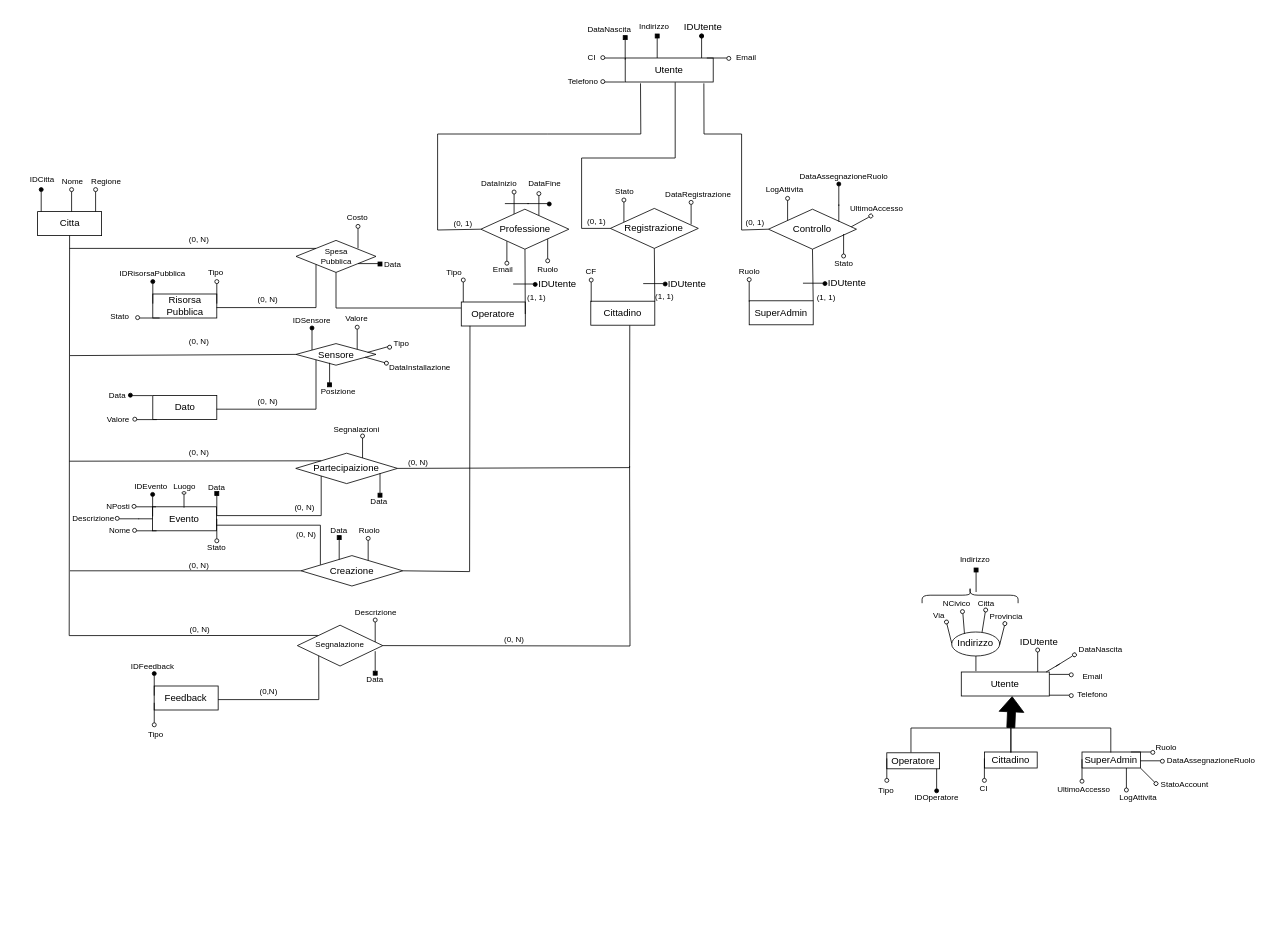
This is schema_concettuale.drawio from mattebest045/UrbanBrain, a draw.io file, before an edit. Source tidied: cells renumbered, new cells numbered last; positions are measured from the earlier drawing's top-left corner, leaving out a move shared by most shapes. Both pictures are drawn from the tidied source at 80%, with x=0, y=0 at pixel (14, 14).
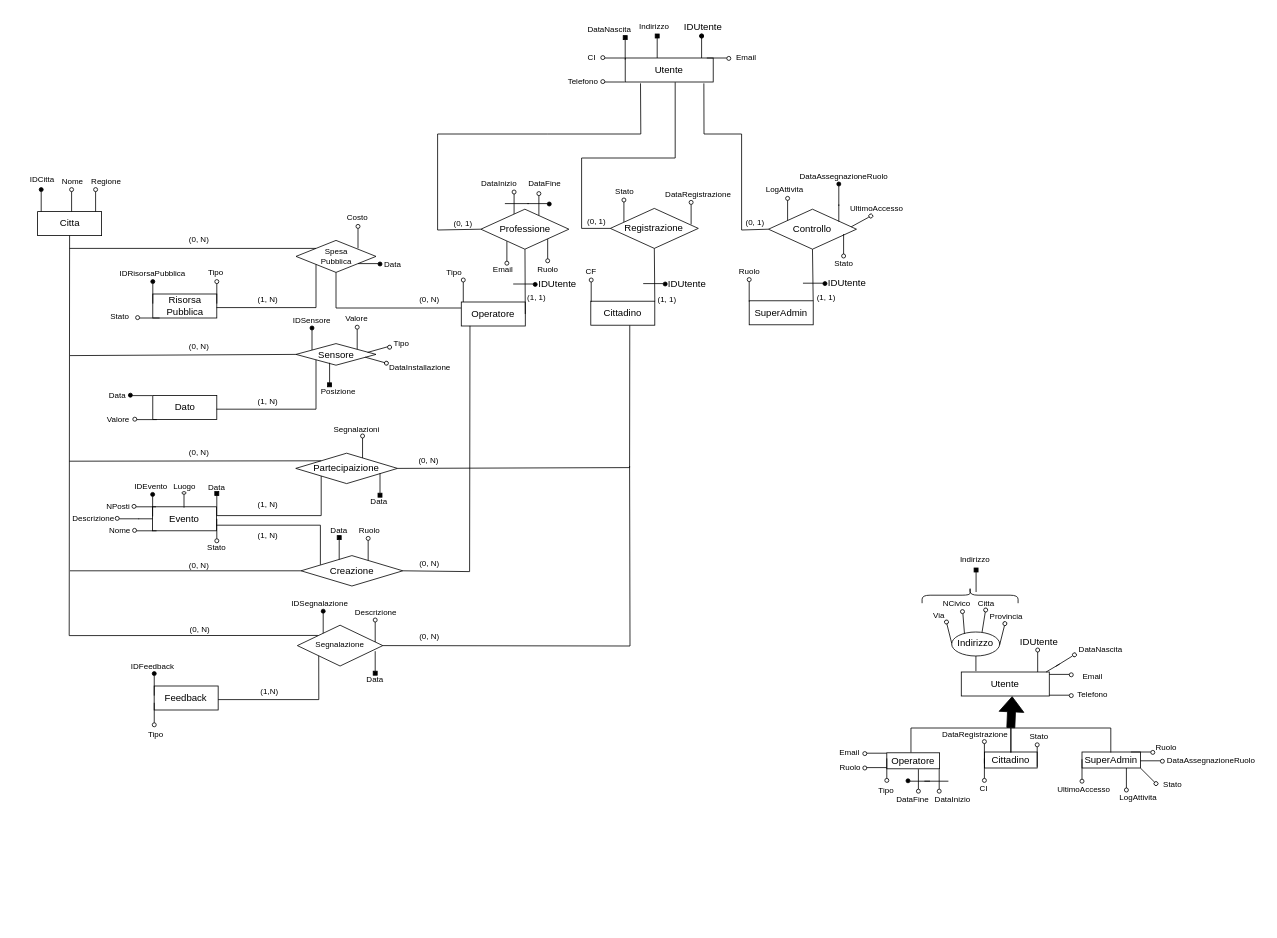
The same page after the edit.

Change to the diagram source:
```diff
@@
-    <mxCell id="72" value="StatoAccount" style="text;html=1;align=center;verticalAlign=middle;strokeColor=none;fillColor=none;fontFamily=Helvetica;fontSize=10;fontColor=default;" parent="1" vertex="1">
-      <mxGeometry x="1423" y="947.5" width="80" height="30" as="geometry" />
+    <mxCell id="72" value="Stato" style="text;html=1;align=center;verticalAlign=middle;strokeColor=none;fillColor=none;fontFamily=Helvetica;fontSize=10;fontColor=default;" parent="1" vertex="1">
+      <mxGeometry x="1423" y="947.5" width="50" height="30" as="geometry" />
     </mxCell>
@@
-    <mxCell id="100" value="(0, N)" style="text;html=1;align=center;verticalAlign=middle;strokeColor=none;fillColor=none;fontFamily=Helvetica;fontSize=10;fontColor=default;" parent="1" vertex="1">
+    <mxCell id="100" value="(1, N)" style="text;html=1;align=center;verticalAlign=middle;strokeColor=none;fillColor=none;fontFamily=Helvetica;fontSize=10;fontColor=default;" parent="1" vertex="1">
       <mxGeometry x="291.5" y="342" width="50" height="30" as="geometry" />
     </mxCell>
@@
     <mxCell id="110" value="(0, N)" style="text;html=1;align=center;verticalAlign=middle;strokeColor=none;fillColor=none;fontFamily=Helvetica;fontSize=10;fontColor=default;" parent="1" vertex="1">
-      <mxGeometry x="206" y="394" width="50" height="30" as="geometry" />
+      <mxGeometry x="206" y="400" width="50" height="30" as="geometry" />
     </mxCell>
-    <mxCell id="111" value="(0, N)" style="text;html=1;align=center;verticalAlign=middle;strokeColor=none;fillColor=none;fontFamily=Helvetica;fontSize=10;fontColor=default;" parent="1" vertex="1">
+    <mxCell id="111" value="(1, N)" style="text;html=1;align=center;verticalAlign=middle;strokeColor=none;fillColor=none;fontFamily=Helvetica;fontSize=10;fontColor=default;" parent="1" vertex="1">
       <mxGeometry x="291.5" y="469" width="50" height="30" as="geometry" />
     </mxCell>
@@
-    <mxCell id="131" value="(0, N)" style="text;html=1;align=center;verticalAlign=middle;strokeColor=none;fillColor=none;fontFamily=Helvetica;fontSize=10;fontColor=default;" parent="1" vertex="1">
-      <mxGeometry x="338" y="601" width="50" height="30" as="geometry" />
+    <mxCell id="131" value="(1, N)" style="text;html=1;align=center;verticalAlign=middle;strokeColor=none;fillColor=none;fontFamily=Helvetica;fontSize=10;fontColor=default;" parent="1" vertex="1">
+      <mxGeometry x="291.5" y="598" width="50" height="30" as="geometry" />
     </mxCell>
@@
     <mxCell id="156" value="(0, N)" style="text;html=1;align=center;verticalAlign=middle;strokeColor=none;fillColor=none;fontFamily=Helvetica;fontSize=10;fontColor=default;" parent="1" vertex="1">
-      <mxGeometry x="479.5" y="545" width="50" height="30" as="geometry" />
+      <mxGeometry x="493" y="543" width="50" height="30" as="geometry" />
     </mxCell>
@@
-    <mxCell id="164" value="(0,N)" style="text;html=1;align=center;verticalAlign=middle;strokeColor=none;fillColor=none;fontFamily=Helvetica;fontSize=10;fontColor=default;" parent="1" vertex="1">
-      <mxGeometry x="293.2" y="832" width="50" height="30" as="geometry" />
+    <mxCell id="164" value="(1,N)" style="text;html=1;align=center;verticalAlign=middle;strokeColor=none;fillColor=none;fontFamily=Helvetica;fontSize=10;fontColor=default;" parent="1" vertex="1">
+      <mxGeometry x="293.6" y="831" width="50" height="30" as="geometry" />
     </mxCell>
@@
     <mxCell id="170" value="(0, N)" style="text;html=1;align=center;verticalAlign=middle;strokeColor=none;fillColor=none;fontFamily=Helvetica;fontSize=10;fontColor=default;" parent="1" vertex="1">
-      <mxGeometry x="600" y="767" width="50" height="30" as="geometry" />
+      <mxGeometry x="494" y="762.5" width="50" height="30" as="geometry" />
     </mxCell>
@@
-    <mxCell id="203" style="group;align=center;verticalAlign=top;fontFamily=Helvetica;fontSize=12;fontColor=default;fillColor=none;gradientColor=none;" parent="1" vertex="1">
-      <mxGeometry x="1150.8" y="943.5" width="5" height="30" as="geometry" />
-    </mxCell>
-    <mxCell id="204" style="endArrow=none;html=1;rounded=0;fontFamily=Helvetica;fontSize=12;fontColor=default;entryX=0;entryY=0;entryDx=0;entryDy=0;" parent="203" edge="1">
-      <mxGeometry relative="1" as="geometry">
-        <mxPoint x="2.5" as="sourcePoint" />
-        <mxPoint x="2.5" y="25" as="targetPoint" />
-      </mxGeometry>
-    </mxCell>
-    <mxCell id="205" style="ellipse;whiteSpace=wrap;html=1;align=center;verticalAlign=top;fontFamily=Helvetica;fontSize=12;fillColor=#000000;strokeColor=#000000;fontColor=default;" parent="203" vertex="1">
-      <mxGeometry y="25" width="5" height="5" as="geometry" />
-    </mxCell>
-    <mxCell id="206" value="IDOperatore" style="text;html=1;align=center;verticalAlign=middle;strokeColor=none;fillColor=none;fontFamily=Helvetica;fontSize=10;fontColor=default;" parent="1" vertex="1">
-      <mxGeometry x="1113.2" y="963.5" width="80" height="30" as="geometry" />
-    </mxCell>
@@
     <mxCell id="242" value="(1, 1)" style="text;html=1;align=center;verticalAlign=middle;strokeColor=none;fillColor=none;fontFamily=Helvetica;fontSize=10;fontColor=default;" parent="1" vertex="1">
-      <mxGeometry x="787.9" y="338" width="50" height="30" as="geometry" />
+      <mxGeometry x="790.9" y="341" width="50" height="30" as="geometry" />
     </mxCell>
@@
-    <mxCell id="312" style="group;rotation=90;" parent="1" vertex="1">
-      <mxGeometry x="442" y="297" width="5" height="30" as="geometry" />
-    </mxCell>
-    <mxCell id="313" style="endArrow=none;html=1;rounded=0;fontFamily=Helvetica;fontSize=12;fontColor=default;entryX=0;entryY=0;entryDx=0;entryDy=0;" parent="312" edge="1">
-      <mxGeometry relative="1" as="geometry">
-        <mxPoint x="-12" y="15" as="sourcePoint" />
-        <mxPoint x="13" y="15" as="targetPoint" />
-      </mxGeometry>
-    </mxCell>
-    <mxCell id="314" style="whiteSpace=wrap;html=1;align=center;verticalAlign=top;fontFamily=Helvetica;fontSize=12;fillColor=#000000;strokeColor=#000000;fillStyle=auto;rotation=90;" parent="312" vertex="1">
-      <mxGeometry x="13" y="13" width="5" height="5" as="geometry" />
-    </mxCell>
@@
-    <mxCell id="324" value="(0, N)" style="text;html=1;align=center;verticalAlign=middle;strokeColor=none;fillColor=none;fontFamily=Helvetica;fontSize=10;fontColor=default;" parent="1" vertex="1">
-      <mxGeometry x="340" y="634.5" width="50" height="30" as="geometry" />
+    <mxCell id="324" value="(1, N)" style="text;html=1;align=center;verticalAlign=middle;strokeColor=none;fillColor=none;fontFamily=Helvetica;fontSize=10;fontColor=default;" parent="1" vertex="1">
+      <mxGeometry x="291.5" y="636.5" width="50" height="30" as="geometry" />
     </mxCell>
@@
+    <mxCell id="352" value="(0, N)" style="text;html=1;align=center;verticalAlign=middle;strokeColor=none;fillColor=none;fontFamily=Helvetica;fontSize=10;fontColor=default;" parent="1" vertex="1">
+      <mxGeometry x="494" y="670.5" width="50" height="30" as="geometry" />
+    </mxCell>
+    <mxCell id="353" value="(0, N)" style="text;html=1;align=center;verticalAlign=middle;strokeColor=none;fillColor=none;fontFamily=Helvetica;fontSize=10;fontColor=default;" parent="1" vertex="1">
+      <mxGeometry x="494" y="342" width="50" height="30" as="geometry" />
+    </mxCell>
+    <mxCell id="354" style="group;rotation=-90;" parent="1" vertex="1">
+      <mxGeometry x="442" y="297" width="5" height="30" as="geometry" />
+    </mxCell>
+    <mxCell id="355" style="endArrow=none;html=1;rounded=0;fontFamily=Helvetica;fontSize=12;fontColor=default;entryX=0;entryY=0;entryDx=0;entryDy=0;" parent="354" edge="1">
+      <mxGeometry relative="1" as="geometry">
+        <mxPoint x="-12" y="15" as="sourcePoint" />
+        <mxPoint x="13" y="15" as="targetPoint" />
+      </mxGeometry>
+    </mxCell>
+    <mxCell id="356" style="ellipse;whiteSpace=wrap;html=1;align=center;verticalAlign=top;fontFamily=Helvetica;fontSize=12;fillColor=#000000;strokeColor=#000000;rotation=-90;" parent="354" vertex="1">
+      <mxGeometry x="13" y="13" width="5" height="5" as="geometry" />
+    </mxCell>
+    <mxCell id="357" style="group;" parent="1" vertex="1">
+      <mxGeometry x="384" y="744" width="5" height="30" as="geometry" />
+    </mxCell>
+    <mxCell id="358" style="endArrow=none;html=1;rounded=0;fontFamily=Helvetica;fontSize=12;fontColor=default;entryX=0;entryY=0;entryDx=0;entryDy=0;" parent="357" edge="1">
+      <mxGeometry relative="1" as="geometry">
+        <mxPoint x="2.5" y="30" as="sourcePoint" />
+        <mxPoint x="2.5" y="5" as="targetPoint" />
+      </mxGeometry>
+    </mxCell>
+    <mxCell id="359" style="ellipse;whiteSpace=wrap;html=1;align=center;verticalAlign=top;fontFamily=Helvetica;fontSize=12;fillColor=#000000;strokeColor=#000000;fontColor=default;rotation=-180;" parent="357" vertex="1">
+      <mxGeometry width="5" height="5" as="geometry" />
+    </mxCell>
+    <mxCell id="360" value="IDSegnalazione" style="text;html=1;align=center;verticalAlign=middle;strokeColor=none;fillColor=none;fontFamily=Helvetica;fontSize=10;fontColor=default;" parent="1" vertex="1">
+      <mxGeometry x="336.6" y="721.5" width="90" height="30" as="geometry" />
+    </mxCell>
+    <mxCell id="361" value="Ruolo" style="text;html=1;align=center;verticalAlign=middle;strokeColor=none;fillColor=none;fontFamily=Helvetica;fontSize=10;fontColor=default;" parent="1" vertex="1">
+      <mxGeometry x="1020" y="927" width="50" height="30" as="geometry" />
+    </mxCell>
+    <mxCell id="362" value="Email" style="text;html=1;align=center;verticalAlign=middle;strokeColor=none;fillColor=none;fontFamily=Helvetica;fontSize=10;fontColor=default;" parent="1" vertex="1">
+      <mxGeometry x="1019" y="907.5" width="50" height="30" as="geometry" />
+    </mxCell>
+    <mxCell id="363" style="endArrow=none;html=1;rounded=0;fontFamily=Helvetica;fontSize=12;fontColor=default;" parent="1" edge="1">
+      <mxGeometry relative="1" as="geometry">
+        <mxPoint x="1168" y="959" as="sourcePoint" />
+        <mxPoint x="1138" y="959" as="targetPoint" />
+      </mxGeometry>
+    </mxCell>
+    <mxCell id="364" value="DataInizio" style="text;html=1;align=center;verticalAlign=middle;strokeColor=none;fillColor=none;fontFamily=Helvetica;fontSize=10;fontColor=default;rotation=0;flipV=0;flipH=1;" parent="1" vertex="1">
+      <mxGeometry x="1138.1" y="965.5" width="70" height="30" as="geometry" />
+    </mxCell>
+    <mxCell id="365" value="DataFine" style="text;html=1;align=center;verticalAlign=middle;strokeColor=none;fillColor=none;fontFamily=Helvetica;fontSize=10;fontColor=default;rotation=0;flipV=1;" parent="1" vertex="1">
+      <mxGeometry x="1093" y="965.5" width="60" height="30" as="geometry" />
+    </mxCell>
+    <mxCell id="366" style="endArrow=none;html=1;rounded=0;fontFamily=Helvetica;fontSize=12;fontColor=default;entryX=0;entryY=0;entryDx=0;entryDy=0;" parent="1" edge="1">
+      <mxGeometry relative="1" as="geometry">
+        <mxPoint x="1130.5" y="944" as="sourcePoint" />
+        <mxPoint x="1130.5" y="969" as="targetPoint" />
+      </mxGeometry>
+    </mxCell>
+    <mxCell id="367" style="ellipse;whiteSpace=wrap;html=1;align=center;verticalAlign=top;fontFamily=Helvetica;fontSize=12;fontColor=default;fillColor=none;gradientColor=none;rotation=-360;" parent="1" vertex="1">
+      <mxGeometry x="1128" y="969" width="5" height="5" as="geometry" />
+    </mxCell>
+    <mxCell id="368" style="group;rotation=-270;align=center;verticalAlign=top;fontFamily=Helvetica;fontSize=12;fontColor=default;fillColor=none;gradientColor=none;" parent="1" vertex="1">
+      <mxGeometry x="1128" y="944" width="5" height="30" as="geometry" />
+    </mxCell>
+    <mxCell id="369" style="endArrow=none;html=1;rounded=0;fontFamily=Helvetica;fontSize=12;fontColor=default;entryX=0;entryY=0;entryDx=0;entryDy=0;" parent="368" edge="1">
+      <mxGeometry relative="1" as="geometry">
+        <mxPoint x="17" y="15" as="sourcePoint" />
+        <mxPoint x="-8" y="15" as="targetPoint" />
+      </mxGeometry>
+    </mxCell>
+    <mxCell id="370" style="ellipse;whiteSpace=wrap;html=1;align=center;verticalAlign=top;fontFamily=Helvetica;fontSize=12;fillColor=#000000;strokeColor=#000000;rotation=-270;fontColor=default;" parent="368" vertex="1">
+      <mxGeometry x="-13" y="12" width="5" height="5" as="geometry" />
+    </mxCell>
+    <mxCell id="371" style="endArrow=none;html=1;rounded=0;fontFamily=Helvetica;fontSize=12;fontColor=default;entryX=0;entryY=0;entryDx=0;entryDy=0;" parent="1" edge="1">
+      <mxGeometry relative="1" as="geometry">
+        <mxPoint x="1156.5" y="944" as="sourcePoint" />
+        <mxPoint x="1156.5" y="969" as="targetPoint" />
+      </mxGeometry>
+    </mxCell>
+    <mxCell id="372" style="ellipse;whiteSpace=wrap;html=1;align=center;verticalAlign=top;fontFamily=Helvetica;fontSize=12;fontColor=default;fillColor=none;gradientColor=none;rotation=-360;" parent="1" vertex="1">
+      <mxGeometry x="1154" y="969" width="5" height="5" as="geometry" />
+    </mxCell>
+    <mxCell id="373" style="group;direction=east;rotation=-90;flipH=1;" parent="1" vertex="1">
+      <mxGeometry x="1074" y="927" width="5" height="30" as="geometry" />
+    </mxCell>
+    <mxCell id="374" style="endArrow=none;html=1;rounded=0;fontFamily=Helvetica;fontSize=12;fontColor=default;entryX=0;entryY=0;entryDx=0;entryDy=0;" parent="373" edge="1">
+      <mxGeometry relative="1" as="geometry">
+        <mxPoint x="17" y="15" as="sourcePoint" />
+        <mxPoint x="-8" y="15" as="targetPoint" />
+      </mxGeometry>
+    </mxCell>
+    <mxCell id="375" style="ellipse;whiteSpace=wrap;html=1;align=center;verticalAlign=top;fontFamily=Helvetica;fontSize=12;fontColor=default;fillColor=none;gradientColor=none;rotation=-90;" parent="373" vertex="1">
+      <mxGeometry x="-13" y="13" width="5" height="5" as="geometry" />
+    </mxCell>
+    <mxCell id="376" style="group;direction=east;rotation=-90;flipH=1;" parent="1" vertex="1">
+      <mxGeometry x="1074" y="909" width="5" height="30" as="geometry" />
+    </mxCell>
+    <mxCell id="377" style="endArrow=none;html=1;rounded=0;fontFamily=Helvetica;fontSize=12;fontColor=default;entryX=0;entryY=0;entryDx=0;entryDy=0;" parent="376" edge="1">
+      <mxGeometry relative="1" as="geometry">
+        <mxPoint x="17" y="15" as="sourcePoint" />
+        <mxPoint x="-8" y="15" as="targetPoint" />
+      </mxGeometry>
+    </mxCell>
+    <mxCell id="378" style="ellipse;whiteSpace=wrap;html=1;align=center;verticalAlign=top;fontFamily=Helvetica;fontSize=12;fontColor=default;fillColor=none;gradientColor=none;rotation=-90;" parent="376" vertex="1">
+      <mxGeometry x="-13" y="13" width="5" height="5" as="geometry" />
+    </mxCell>
+    <mxCell id="379" value="Stato" style="text;html=1;align=center;verticalAlign=middle;strokeColor=none;fillColor=none;fontFamily=Helvetica;fontSize=10;fontColor=default;" parent="1" vertex="1">
+      <mxGeometry x="1256.1" y="887.5" width="50" height="30" as="geometry" />
+    </mxCell>
+    <mxCell id="380" value="DataRegistrazione" style="text;html=1;align=center;verticalAlign=middle;strokeColor=none;fillColor=none;fontFamily=Helvetica;fontSize=10;fontColor=default;" parent="1" vertex="1">
+      <mxGeometry x="1146.1" y="885" width="110" height="30" as="geometry" />
+    </mxCell>
+    <mxCell id="381" style="group;" parent="1" vertex="1">
+      <mxGeometry x="1276.5" y="911" width="5" height="30" as="geometry" />
+    </mxCell>
+    <mxCell id="382" style="endArrow=none;html=1;rounded=0;fontFamily=Helvetica;fontSize=12;fontColor=default;entryX=0;entryY=0;entryDx=0;entryDy=0;" parent="381" edge="1">
+      <mxGeometry relative="1" as="geometry">
+        <mxPoint x="2.5" y="30" as="sourcePoint" />
+        <mxPoint x="2.5" y="5" as="targetPoint" />
+      </mxGeometry>
+    </mxCell>
+    <mxCell id="383" style="ellipse;whiteSpace=wrap;html=1;align=center;verticalAlign=top;fontFamily=Helvetica;fontSize=12;fontColor=default;fillColor=none;gradientColor=none;rotation=-180;" parent="381" vertex="1">
+      <mxGeometry width="5" height="5" as="geometry" />
+    </mxCell>
+    <mxCell id="384" style="group;" parent="1" vertex="1">
+      <mxGeometry x="1210.5" y="907" width="5" height="30" as="geometry" />
+    </mxCell>
+    <mxCell id="385" style="endArrow=none;html=1;rounded=0;fontFamily=Helvetica;fontSize=12;fontColor=default;entryX=0;entryY=0;entryDx=0;entryDy=0;" parent="384" edge="1">
+      <mxGeometry relative="1" as="geometry">
+        <mxPoint x="2.5" y="30" as="sourcePoint" />
+        <mxPoint x="2.5" y="5" as="targetPoint" />
+      </mxGeometry>
+    </mxCell>
+    <mxCell id="386" style="ellipse;whiteSpace=wrap;html=1;align=center;verticalAlign=top;fontFamily=Helvetica;fontSize=12;fontColor=default;fillColor=none;gradientColor=none;rotation=-180;" parent="384" vertex="1">
+      <mxGeometry width="5" height="5" as="geometry" />
+    </mxCell>
```
